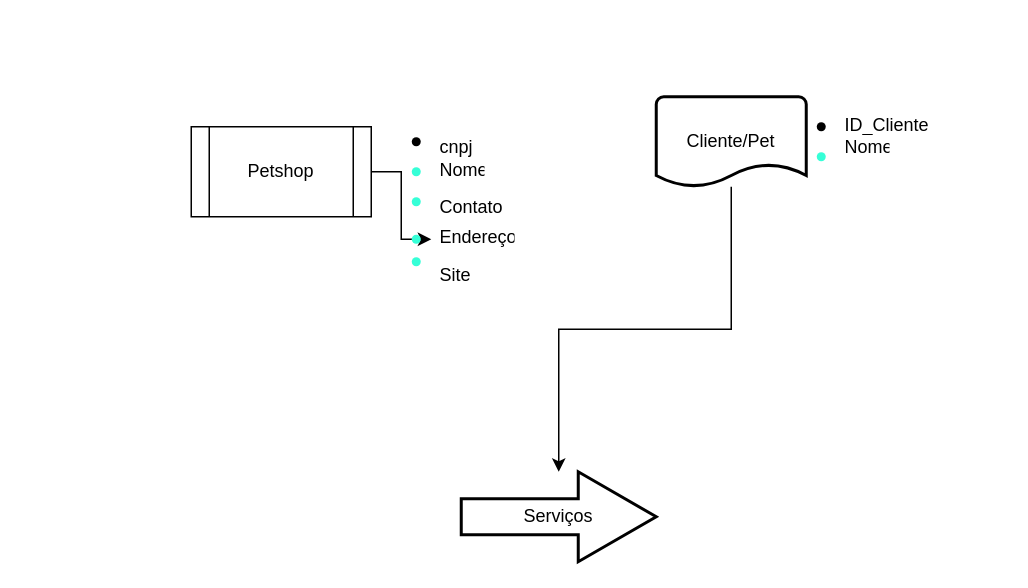
Manuelalviana/Diagramas_draw keeps this draw.io diagram as Diagrama sem nome.drawio. Above is the earlier version. Source tidied: cells renumbered, new cells numbered last; positions are measured from the earlier drawing's top-left corner, leaving out a move shared by most shapes. Both pictures are drawn from the tidied source at 150%, with x=0, y=0 at pixel (190, 96).
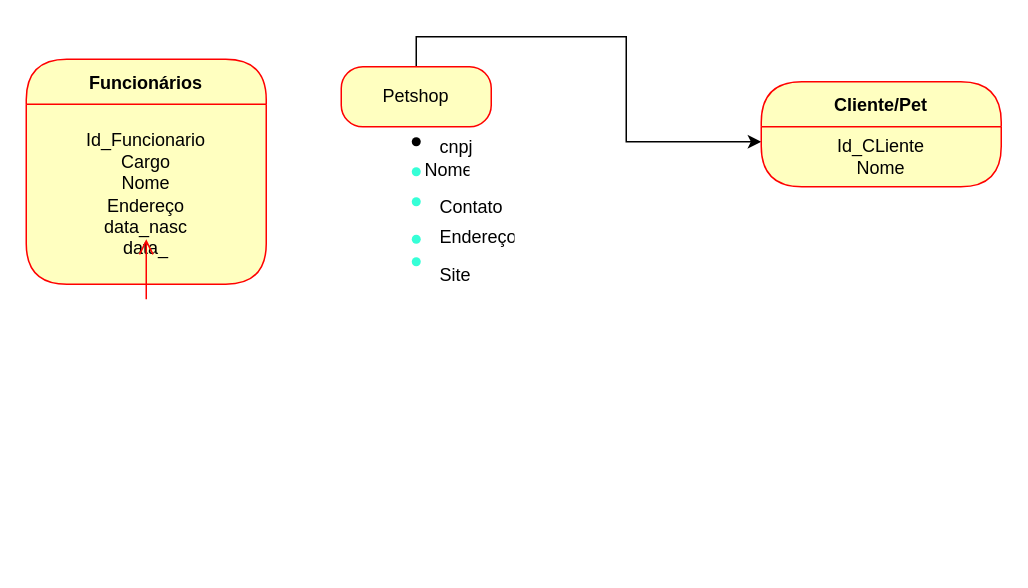
The same diagram, later.

The change refers to these unchanged cells:
```xml
<mxCell id="9" value="&lt;div&gt;Endereço&lt;/div&gt;" style="text;strokeColor=none;fillColor=none;spacingLeft=4;spacingRight=4;overflow=hidden;points=[[0,0.5],[1,0.5]];portConstraint=eastwest;fontSize=12;whiteSpace=wrap;html=1;" parent="1" vertex="1">
  <mxGeometry x="160" y="80" width="60" height="30" as="geometry" />
</mxCell>
```

Change to the diagram source:
```diff
@@
-    <mxCell id="2" style="edgeStyle=orthogonalEdgeStyle;rounded=0;jettySize=auto;html=1;" parent="1" edge="1" source="3" target="9">
-      <mxGeometry relative="1" as="geometry" />
-    </mxCell>
-    <mxCell id="3" value="Petshop" style="shape=process;whiteSpace=wrap;html=1;backgroundOutline=1;" parent="1" vertex="1">
-      <mxGeometry y="20" width="120" height="60" as="geometry" />
-    </mxCell>
@@
     <mxCell id="7" value="Nome&lt;div&gt;&lt;br&gt;&lt;/div&gt;" style="text;strokeColor=none;fillColor=none;spacingLeft=4;spacingRight=4;overflow=hidden;fontSize=12;whiteSpace=wrap;html=1;" parent="1" vertex="1">
-      <mxGeometry x="160" y="35" width="40" height="30" as="geometry" />
+      <mxGeometry x="150" y="35" width="40" height="30" as="geometry" />
     </mxCell>
@@
-    <mxCell id="14" style="edgeStyle=orthogonalEdgeStyle;rounded=0;jettySize=auto;html=1;" parent="1" edge="1" source="15" target="16">
-      <mxGeometry relative="1" as="geometry" />
-    </mxCell>
+    <mxCell id="21" style="edgeStyle=orthogonalEdgeStyle;rounded=0;orthogonalLoop=1;jettySize=auto;html=1;" parent="1" edge="1">
+      <mxGeometry relative="1" as="geometry">
+        <mxPoint x="410" y="15" as="sourcePoint" />
+        <mxPoint x="410" y="15" as="targetPoint" />
+      </mxGeometry>
+    </mxCell>
+    <mxCell id="22" style="edgeStyle=orthogonalEdgeStyle;rounded=0;jettySize=auto;html=1;exitX=0.5;exitY=0;exitDx=0;exitDy=0;entryX=0;entryY=0.25;entryDx=0;entryDy=0;" parent="1" edge="1" source="3" target="23">
+      <mxGeometry relative="1" as="geometry" />
+    </mxCell>
+    <mxCell id="3" value="Petshop" style="rounded=1;whiteSpace=wrap;html=1;arcSize=36;fontColor=#000000;fillColor=#ffffc0;strokeColor=#ff0000;" parent="1" vertex="1">
+      <mxGeometry x="100" y="-20" width="100" height="40" as="geometry" />
+    </mxCell>
-    <mxCell id="15" value="Cliente/Pet" style="strokeWidth=2;html=1;shape=mxgraph.flowchart.document2;whiteSpace=wrap;size=0.25;" parent="1" vertex="1">
-      <mxGeometry x="310" width="100" height="60" as="geometry" />
+    <mxCell id="15" value="Cliente/Pet" style="swimlane;fontStyle=1;align=center;verticalAlign=middle;horizontal=1;startSize=30;fontColor=#000000;rounded=1;arcSize=30;strokeColor=#ff0000;fillColor=#ffffc0;swimlaneFillColor=#ffffc0;" parent="1" vertex="1">
+      <mxGeometry x="380" y="-10" width="160" height="70" as="geometry" />
     </mxCell>
-    <mxCell id="16" value="Serviços" style="shape=singleArrow;whiteSpace=wrap;html=1;arrowWidth=0.4;arrowSize=0.4;strokeWidth=2;" parent="1" vertex="1">
-      <mxGeometry x="180" y="250" width="130" height="60" as="geometry" />
-    </mxCell>
-    <mxCell id="17" value="Nome&lt;div&gt;&lt;br&gt;&lt;/div&gt;" style="text;strokeColor=none;fillColor=none;spacingLeft=4;spacingRight=4;overflow=hidden;fontSize=12;whiteSpace=wrap;html=1;" parent="1" vertex="1">
-      <mxGeometry x="430" y="20" width="40" height="30" as="geometry" />
-    </mxCell>
-    <mxCell id="18" value="ID_Cliente" style="text;strokeColor=none;fillColor=none;spacingLeft=4;spacingRight=4;overflow=hidden;fontSize=12;whiteSpace=wrap;html=1;" parent="1" vertex="1">
-      <mxGeometry x="430" y="5" width="80" height="30" as="geometry" />
-    </mxCell>
-    <mxCell id="19" style="shape=waypoint;sketch=0;fillStyle=solid;size=6;fillColor=none;perimeter=centerPerimeter;" parent="1" vertex="1">
-      <mxGeometry x="410" y="10" width="20" height="20" as="geometry" />
-    </mxCell>
-    <mxCell id="20" style="shape=waypoint;sketch=0;fillStyle=solid;size=6;fillColor=none;perimeter=centerPerimeter;strokeColor=#36FFD7;" parent="1" vertex="1">
-      <mxGeometry x="410" y="30" width="20" height="20" as="geometry" />
-    </mxCell>
+    <mxCell id="23" value="Id_CLiente&lt;br&gt;Nome" style="text;html=1;strokeColor=none;fillColor=none;align=center;verticalAlign=middle;spacingLeft=4;spacingRight=4;whiteSpace=wrap;overflow=hidden;fontColor=#000000;" parent="15" vertex="1">
+      <mxGeometry y="30" width="160" height="40" as="geometry" />
+    </mxCell>
+    <mxCell id="24" value="Funcionários" style="swimlane;fontStyle=1;align=center;verticalAlign=middle;horizontal=1;startSize=30;fontColor=#000000;rounded=1;arcSize=30;strokeColor=#ff0000;fillColor=#ffffc0;swimlaneFillColor=#ffffc0;" parent="1" vertex="1">
+      <mxGeometry x="-110" y="-25" width="160" height="150" as="geometry" />
+    </mxCell>
+    <mxCell id="25" value="Id_Funcionario&lt;br&gt;Cargo&lt;br&gt;Nome&lt;br&gt;Endereço&lt;br&gt;data_nasc&lt;div&gt;data_&lt;/div&gt;" style="text;html=1;strokeColor=none;fillColor=none;align=center;verticalAlign=middle;spacingLeft=4;spacingRight=4;whiteSpace=wrap;overflow=hidden;fontColor=#000000;" parent="24" vertex="1">
+      <mxGeometry y="30" width="160" height="120" as="geometry" />
+    </mxCell>
+    <mxCell id="26" style="edgeStyle=orthogonalEdgeStyle;html=1;verticalAlign=bottom;endArrow=open;endSize=8;strokeColor=#ff0000;rounded=0;" parent="1" edge="1" source="24">
+      <mxGeometry relative="1" as="geometry">
+        <mxPoint x="-30" y="95" as="targetPoint" />
+      </mxGeometry>
+    </mxCell>
```
